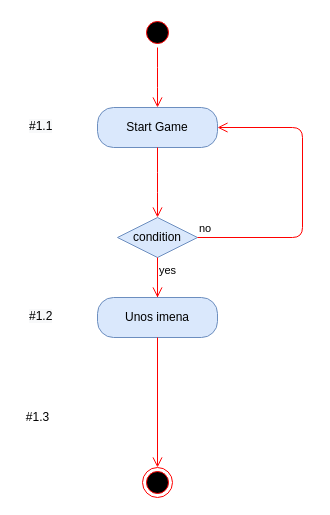
Before: page "Activity: Start igre" (3 of 6) of dijagram.drawio in andjelapehar/Covjece-ne-ljuti-se, a draw.io diagram. Source tidied: cells renumbered, new cells numbered last; positions are measured from the earlier drawing's top-left corner, leaving out a move shared by most shapes. Both pictures are drawn from the tidied source at 100%, with x=0, y=0 at pixel (17, 17).
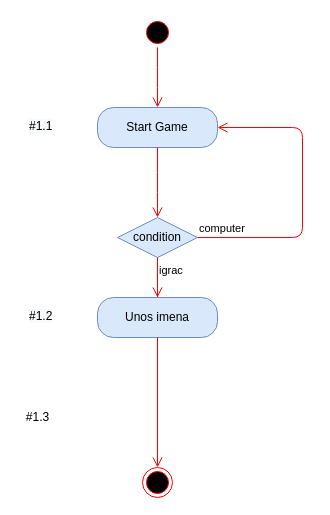
The same diagram, later.

Unchanged cells that the change refers to:
```xml
<mxCell id="4" value="Start Game" style="rounded=1;whiteSpace=wrap;html=1;arcSize=40;fillColor=#dae8fc;strokeColor=#6c8ebf;" parent="1" vertex="1">
  <mxGeometry x="80" y="90" width="120" height="40" as="geometry" />
</mxCell>
<mxCell id="6" value="condition" style="rhombus;whiteSpace=wrap;html=1;fillColor=#dae8fc;strokeColor=#6c8ebf;" parent="1" vertex="1">
  <mxGeometry x="100" y="200" width="80" height="40" as="geometry" />
</mxCell>
<mxCell id="10" value="Unos imena" style="rounded=1;whiteSpace=wrap;html=1;arcSize=40;fillColor=#dae8fc;strokeColor=#6c8ebf;" parent="1" vertex="1">
  <mxGeometry x="80" y="280" width="120" height="40" as="geometry" />
</mxCell>
```

Change to the diagram source:
```diff
@@
-    <mxCell id="7" value="no" style="edgeStyle=orthogonalEdgeStyle;html=1;align=left;verticalAlign=bottom;endArrow=open;endSize=8;strokeColor=#ff0000;entryX=1;entryY=0.5;entryDx=0;entryDy=0;" parent="1" edge="1" source="6" target="4">
+    <mxCell id="7" value="computer" style="edgeStyle=orthogonalEdgeStyle;html=1;align=left;verticalAlign=bottom;endArrow=open;endSize=8;strokeColor=#ff0000;entryX=1;entryY=0.5;entryDx=0;entryDy=0;" parent="1" edge="1" source="6" target="4">
       <mxGeometry x="-1" relative="1" as="geometry">
         <Array as="points">
           <mxPoint x="285" y="220" />
           <mxPoint x="285" y="110" />
         </Array>
       </mxGeometry>
     </mxCell>
@@
-    <mxCell id="11" value="yes" style="edgeStyle=orthogonalEdgeStyle;html=1;align=left;verticalAlign=top;endArrow=open;endSize=8;strokeColor=#ff0000;" parent="1" edge="1" source="6" target="10">
+    <mxCell id="11" value="igrac" style="edgeStyle=orthogonalEdgeStyle;html=1;align=left;verticalAlign=top;endArrow=open;endSize=8;strokeColor=#ff0000;" parent="1" edge="1" source="6" target="10">
       <mxGeometry x="-1" relative="1" as="geometry" />
     </mxCell>
```
